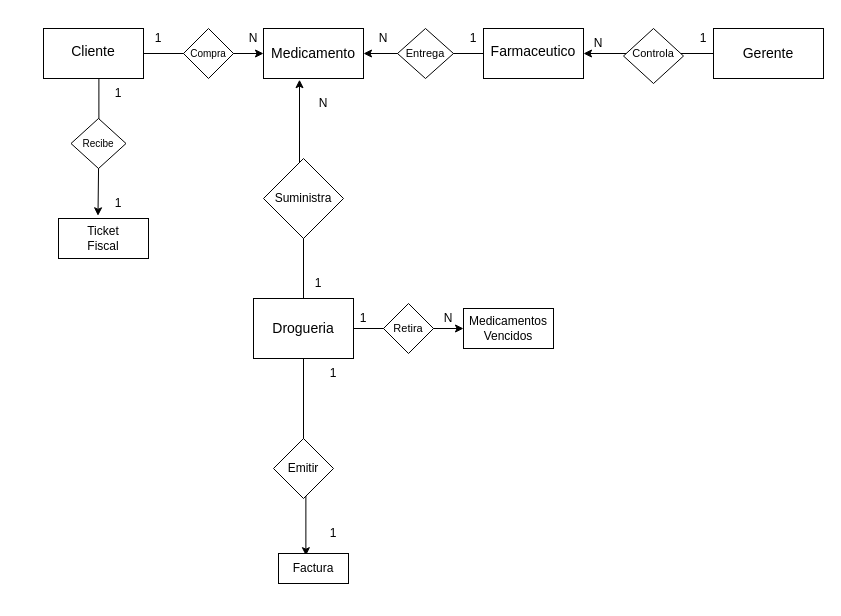
yon026/pruebagit keeps this draw.io diagram as page "DER_Farmacia" (2 of 2) of farmaciaAE.drawio. Above is the earlier version. Source tidied: cells renumbered, new cells numbered last; positions are measured from the earlier drawing's top-left corner, leaving out a move shared by most shapes. Both pictures are drawn from the tidied source at 100%, with x=0, y=0 at pixel (43, 23).
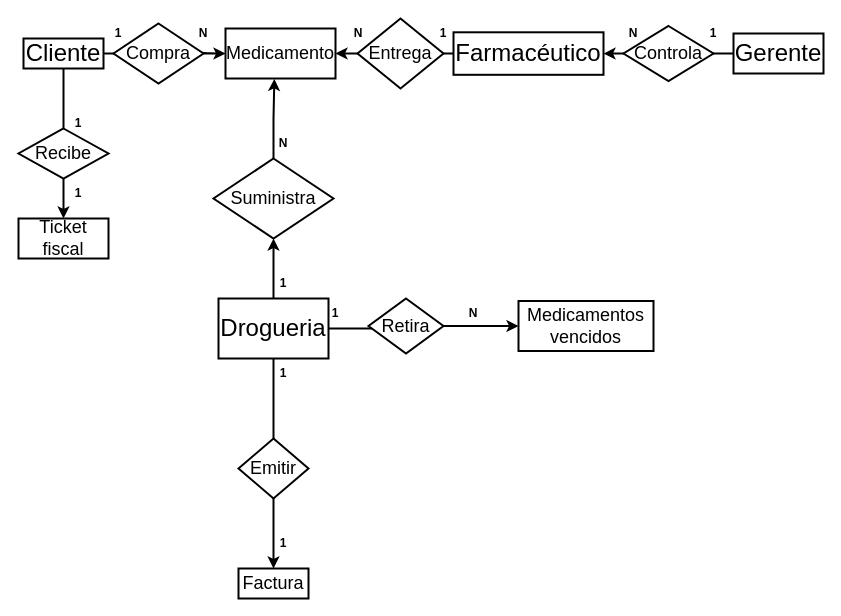
Above is the later version.

The edit, as a diff of the source:
```diff
@@
+    <mxCell id="53" style="edgeStyle=orthogonalEdgeStyle;shape=connector;curved=1;rounded=0;jettySize=auto;html=1;exitX=0.5;exitY=1;exitDx=0;exitDy=0;entryX=0.5;entryY=0;entryDx=0;entryDy=0;strokeColor=default;strokeWidth=2;align=center;verticalAlign=middle;fontFamily=Helvetica;fontSize=11;fontColor=default;labelBackgroundColor=default;endArrow=classic;" parent="1" edge="1" source="18" target="6">
+      <mxGeometry relative="1" as="geometry" />
+    </mxCell>
-    <mxCell id="2" style="edgeStyle=orthogonalEdgeStyle;rounded=0;jettySize=auto;html=1;entryX=0.36;entryY=1.024;entryDx=0;entryDy=0;entryPerimeter=0;" parent="1" edge="1" source="23" target="9">
-      <mxGeometry relative="1" as="geometry">
-        <Array as="points">
-          <mxPoint x="260" y="173" />
-          <mxPoint x="256" y="173" />
-        </Array>
-      </mxGeometry>
+    <mxCell id="2" style="edgeStyle=orthogonalEdgeStyle;rounded=0;jettySize=auto;html=1;strokeWidth=2;entryX=0.444;entryY=1.008;entryDx=0;entryDy=0;entryPerimeter=0;" parent="1" edge="1" source="24" target="9">
+      <mxGeometry relative="1" as="geometry" />
     </mxCell>
-    <mxCell id="3" style="rounded=0;whiteSpace=wrap;html=1;" parent="1" vertex="1">
-      <mxGeometry x="420" y="285" width="90" height="40" as="geometry" />
+    <mxCell id="3" value="Medicamentos vencidos" style="rounded=0;whiteSpace=wrap;html=1;strokeWidth=2;fontSize=18;" parent="1" vertex="1">
+      <mxGeometry x="475" y="277.5" width="135" height="50" as="geometry" />
     </mxCell>
-    <mxCell id="4" style="edgeStyle=orthogonalEdgeStyle;rounded=0;jettySize=auto;html=1;exitX=0.5;exitY=1;exitDx=0;exitDy=0;entryX=0.373;entryY=0.073;entryDx=0;entryDy=0;entryPerimeter=0;" parent="1" edge="1" source="18" target="31">
-      <mxGeometry relative="1" as="geometry" />
-    </mxCell>
-    <mxCell id="5" style="rhombus;whiteSpace=wrap;html=1;" parent="1" vertex="1">
-      <mxGeometry x="230" y="415" width="60" height="60" as="geometry" />
+    <mxCell id="5" value="Emitir" style="rhombus;whiteSpace=wrap;html=1;strokeWidth=2;fontSize=18;" parent="1" vertex="1">
+      <mxGeometry x="195" y="415" width="70" height="60" as="geometry" />
     </mxCell>
-    <mxCell id="6" style="rounded=0;whiteSpace=wrap;html=1;" parent="1" vertex="1">
-      <mxGeometry x="235" y="530" width="70" height="30" as="geometry" />
+    <mxCell id="6" value="Factura" style="rounded=0;whiteSpace=wrap;html=1;strokeWidth=2;fontSize=18;" parent="1" vertex="1">
+      <mxGeometry x="195" y="545" width="70" height="30" as="geometry" />
     </mxCell>
-    <mxCell id="7" style="edgeStyle=orthogonalEdgeStyle;rounded=0;jettySize=auto;html=1;exitX=1;exitY=0.5;exitDx=0;exitDy=0;entryX=0;entryY=0.5;entryDx=0;entryDy=0;" parent="1" edge="1" source="8" target="9">
+    <mxCell id="7" style="edgeStyle=orthogonalEdgeStyle;rounded=0;jettySize=auto;html=1;exitX=1;exitY=0.5;exitDx=0;exitDy=0;entryX=0;entryY=0.5;entryDx=0;entryDy=0;strokeWidth=2;" parent="1" edge="1" source="8" target="9">
       <mxGeometry relative="1" as="geometry" />
     </mxCell>
+    <mxCell id="54" style="edgeStyle=orthogonalEdgeStyle;shape=connector;curved=1;rounded=0;jettySize=auto;html=1;exitX=0.5;exitY=1;exitDx=0;exitDy=0;entryX=0.5;entryY=0;entryDx=0;entryDy=0;strokeColor=default;strokeWidth=2;align=center;verticalAlign=middle;fontFamily=Helvetica;fontSize=11;fontColor=default;labelBackgroundColor=default;endArrow=classic;" parent="1" edge="1" source="8" target="29">
+      <mxGeometry relative="1" as="geometry" />
+    </mxCell>
-    <mxCell id="8" style="rounded=0;whiteSpace=wrap;html=1;" parent="1" vertex="1">
-      <mxGeometry y="5" width="100" height="50" as="geometry" />
+    <mxCell id="8" value="Cliente" style="rounded=0;whiteSpace=wrap;html=1;strokeWidth=2;fontSize=24;" parent="1" vertex="1">
+      <mxGeometry x="-20" y="15" width="80" height="30" as="geometry" />
     </mxCell>
+    <mxCell id="55" style="edgeStyle=orthogonalEdgeStyle;shape=connector;curved=1;rounded=0;jettySize=auto;html=1;strokeColor=default;align=center;verticalAlign=middle;fontFamily=Helvetica;fontSize=11;fontColor=default;labelBackgroundColor=default;endArrow=classic;" parent="1" edge="1" source="9" target="33">
+      <mxGeometry relative="1" as="geometry" />
+    </mxCell>
-    <mxCell id="9" style="rounded=0;whiteSpace=wrap;html=1;" parent="1" vertex="1">
-      <mxGeometry x="220" y="5" width="100" height="50" as="geometry" />
+    <mxCell id="9" value="Medicamento" style="rounded=0;whiteSpace=wrap;html=1;strokeWidth=2;fontSize=18;" parent="1" vertex="1">
+      <mxGeometry x="182" y="5" width="110" height="50" as="geometry" />
     </mxCell>
-    <mxCell id="10" style="edgeStyle=orthogonalEdgeStyle;rounded=0;jettySize=auto;html=1;exitX=0;exitY=0.5;exitDx=0;exitDy=0;entryX=1;entryY=0.5;entryDx=0;entryDy=0;" parent="1" edge="1" source="11" target="9">
+    <mxCell id="10" style="edgeStyle=orthogonalEdgeStyle;rounded=0;jettySize=auto;html=1;exitX=0;exitY=0.5;exitDx=0;exitDy=0;entryX=1;entryY=0.5;entryDx=0;entryDy=0;strokeWidth=2;" parent="1" edge="1" source="11" target="9">
       <mxGeometry relative="1" as="geometry" />
     </mxCell>
-    <mxCell id="11" style="rounded=0;whiteSpace=wrap;html=1;" parent="1" vertex="1">
-      <mxGeometry x="440" y="5" width="100" height="50" as="geometry" />
+    <mxCell id="11" value="&lt;font style=&quot;font-size: 24px;&quot;&gt;Farmacéutico&lt;/font&gt;" style="rounded=0;whiteSpace=wrap;html=1;strokeWidth=2;" parent="1" vertex="1">
+      <mxGeometry x="410" y="8.8" width="150" height="42.5" as="geometry" />
     </mxCell>
-    <mxCell id="12" style="edgeStyle=orthogonalEdgeStyle;rounded=0;jettySize=auto;html=1;exitX=0;exitY=0.5;exitDx=0;exitDy=0;entryX=1;entryY=0.5;entryDx=0;entryDy=0;" parent="1" edge="1" source="13" target="11">
+    <mxCell id="12" style="edgeStyle=orthogonalEdgeStyle;rounded=0;jettySize=auto;html=1;exitX=0;exitY=0.5;exitDx=0;exitDy=0;entryX=1;entryY=0.5;entryDx=0;entryDy=0;strokeWidth=2;" parent="1" edge="1" source="13" target="11">
       <mxGeometry relative="1" as="geometry" />
     </mxCell>
-    <mxCell id="13" style="rounded=0;whiteSpace=wrap;html=1;" parent="1" vertex="1">
-      <mxGeometry x="670" y="5" width="110" height="50" as="geometry" />
+    <mxCell id="13" value="&lt;font style=&quot;font-size: 24px;&quot;&gt;Gerente&lt;/font&gt;" style="rounded=0;whiteSpace=wrap;html=1;strokeWidth=2;" parent="1" vertex="1">
+      <mxGeometry x="690" y="10" width="90" height="40" as="geometry" />
     </mxCell>
-    <mxCell id="14" style="rhombus;whiteSpace=wrap;html=1;" parent="1" vertex="1">
-      <mxGeometry x="140" y="5" width="50" height="50" as="geometry" />
+    <mxCell id="14" value="Compra" style="rhombus;whiteSpace=wrap;html=1;strokeWidth=2;fontSize=18;" parent="1" vertex="1">
+      <mxGeometry x="70" width="90" height="60" as="geometry" />
     </mxCell>
-    <mxCell id="15" style="rhombus;whiteSpace=wrap;html=1;" parent="1" vertex="1">
-      <mxGeometry x="354" y="5" width="56" height="50" as="geometry" />
+    <mxCell id="15" value="Entrega" style="rhombus;whiteSpace=wrap;html=1;strokeWidth=2;fontSize=18;" parent="1" vertex="1">
+      <mxGeometry x="314" y="-5" width="86" height="70" as="geometry" />
     </mxCell>
-    <mxCell id="16" style="rhombus;whiteSpace=wrap;html=1;" parent="1" vertex="1">
-      <mxGeometry x="580" y="5" width="60" height="55" as="geometry" />
+    <mxCell id="16" value="&lt;font style=&quot;font-size: 18px;&quot;&gt;Controla&lt;/font&gt;" style="rhombus;whiteSpace=wrap;html=1;strokeWidth=2;" parent="1" vertex="1">
+      <mxGeometry x="580" y="2.5" width="90" height="55" as="geometry" />
     </mxCell>
-    <mxCell id="17" style="edgeStyle=orthogonalEdgeStyle;rounded=0;jettySize=auto;html=1;exitX=1;exitY=0.5;exitDx=0;exitDy=0;entryX=0;entryY=0.5;entryDx=0;entryDy=0;" parent="1" edge="1" source="18" target="3">
+    <mxCell id="17" style="edgeStyle=orthogonalEdgeStyle;rounded=0;jettySize=auto;html=1;exitX=1;exitY=0.5;exitDx=0;exitDy=0;entryX=0;entryY=0.5;entryDx=0;entryDy=0;strokeWidth=2;" parent="1" edge="1" source="18" target="3">
       <mxGeometry relative="1" as="geometry" />
     </mxCell>
+    <mxCell id="56" style="edgeStyle=orthogonalEdgeStyle;shape=connector;rounded=0;jettySize=auto;html=1;exitX=0.5;exitY=0;exitDx=0;exitDy=0;entryX=0.5;entryY=1;entryDx=0;entryDy=0;strokeColor=default;strokeWidth=2;align=center;verticalAlign=middle;fontFamily=Helvetica;fontSize=11;fontColor=default;labelBackgroundColor=default;endArrow=classic;" parent="1" edge="1" source="18" target="24">
+      <mxGeometry relative="1" as="geometry" />
+    </mxCell>
-    <mxCell id="18" style="rounded=0;whiteSpace=wrap;html=1;" parent="1" vertex="1">
-      <mxGeometry x="210" y="275" width="100" height="60" as="geometry" />
+    <mxCell id="18" value="Drogueria" style="rounded=0;whiteSpace=wrap;html=1;strokeWidth=2;fontSize=24;" parent="1" vertex="1">
+      <mxGeometry x="175" y="275" width="110" height="60" as="geometry" />
     </mxCell>
-    <mxCell id="19" value="Cliente" style="text;html=1;align=center;verticalAlign=middle;whiteSpace=wrap;rounded=0;fontSize=14;" parent="1" vertex="1">
-      <mxGeometry x="15" y="10" width="70" height="35" as="geometry" />
-    </mxCell>
-    <mxCell id="20" value="Medicamento" style="text;html=1;align=center;verticalAlign=middle;whiteSpace=wrap;rounded=0;fontSize=14;" parent="1" vertex="1">
-      <mxGeometry x="240" y="15" width="60" height="30" as="geometry" />
-    </mxCell>
-    <mxCell id="21" value="Farmaceutico" style="text;html=1;align=center;verticalAlign=middle;whiteSpace=wrap;rounded=0;fontSize=14;" parent="1" vertex="1">
-      <mxGeometry x="460" y="12.5" width="60" height="30" as="geometry" />
-    </mxCell>
-    <mxCell id="22" value="Gerente" style="text;html=1;align=center;verticalAlign=middle;whiteSpace=wrap;rounded=0;fontSize=14;" parent="1" vertex="1">
-      <mxGeometry x="695" y="15" width="60" height="30" as="geometry" />
-    </mxCell>
-    <mxCell id="23" value="Drogueria" style="text;html=1;align=center;verticalAlign=middle;whiteSpace=wrap;rounded=0;fontSize=14;" parent="1" vertex="1">
-      <mxGeometry x="230" y="290" width="60" height="30" as="geometry" />
-    </mxCell>
-    <mxCell id="24" style="rhombus;whiteSpace=wrap;html=1;" parent="1" vertex="1">
-      <mxGeometry x="220" y="135" width="80" height="80" as="geometry" />
-    </mxCell>
-    <mxCell id="25" value="Compra" style="text;html=1;align=center;verticalAlign=middle;whiteSpace=wrap;rounded=0;fontSize=10;" parent="1" vertex="1">
-      <mxGeometry x="135" y="15" width="60" height="30" as="geometry" />
-    </mxCell>
-    <mxCell id="26" value="Entrega" style="text;html=1;align=center;verticalAlign=middle;whiteSpace=wrap;rounded=0;fontSize=11;" parent="1" vertex="1">
-      <mxGeometry x="352" y="15" width="60" height="30" as="geometry" />
-    </mxCell>
-    <mxCell id="27" value="Controla" style="text;html=1;align=center;verticalAlign=middle;whiteSpace=wrap;rounded=0;fontSize=11;" parent="1" vertex="1">
-      <mxGeometry x="580" y="15" width="60" height="30" as="geometry" />
-    </mxCell>
-    <mxCell id="28" value="Suministra" style="text;html=1;align=center;verticalAlign=middle;whiteSpace=wrap;rounded=0;fontSize=12;" parent="1" vertex="1">
-      <mxGeometry x="230" y="160" width="60" height="30" as="geometry" />
-    </mxCell>
-    <mxCell id="29" style="rounded=0;whiteSpace=wrap;html=1;" parent="1" vertex="1">
-      <mxGeometry x="15" y="195" width="90" height="40" as="geometry" />
+    <mxCell id="29" value="Ticket fiscal" style="rounded=0;whiteSpace=wrap;html=1;strokeWidth=2;fontSize=18;" parent="1" vertex="1">
+      <mxGeometry x="-25" y="195" width="90" height="40" as="geometry" />
     </mxCell>
-    <mxCell id="30" value="Ticket&lt;div&gt;Fiscal&lt;/div&gt;" style="text;html=1;align=center;verticalAlign=middle;whiteSpace=wrap;rounded=0;" parent="1" vertex="1">
-      <mxGeometry x="30" y="200" width="60" height="30" as="geometry" />
-    </mxCell>
-    <mxCell id="31" value="Factura" style="text;html=1;align=center;verticalAlign=middle;whiteSpace=wrap;rounded=0;" parent="1" vertex="1">
-      <mxGeometry x="240" y="530" width="60" height="30" as="geometry" />
-    </mxCell>
-    <mxCell id="32" style="edgeStyle=orthogonalEdgeStyle;rounded=0;orthogonalLoop=1;jettySize=auto;html=1;exitX=0.5;exitY=1;exitDx=0;exitDy=0;entryX=0.434;entryY=-0.068;entryDx=0;entryDy=0;entryPerimeter=0;" parent="1" edge="1">
-      <mxGeometry relative="1" as="geometry">
-        <mxPoint x="55.4" y="55" as="sourcePoint" />
-        <mxPoint x="54.5" y="192.3" as="targetPoint" />
-        <Array as="points">
-          <mxPoint x="55.4" y="115" />
-          <mxPoint x="54.4" y="115" />
-        </Array>
-      </mxGeometry>
-    </mxCell>
-    <mxCell id="33" value="1" style="text;html=1;align=center;verticalAlign=middle;whiteSpace=wrap;rounded=0;" parent="1" vertex="1">
-      <mxGeometry x="90" y="5" width="50" height="20" as="geometry" />
+    <mxCell id="33" value="1" style="text;html=1;align=center;verticalAlign=middle;whiteSpace=wrap;rounded=0;strokeWidth=2;fontStyle=1;" parent="1" vertex="1">
+      <mxGeometry x="50" width="50" height="20" as="geometry" />
     </mxCell>
-    <mxCell id="34" value="N" style="text;html=1;align=center;verticalAlign=middle;whiteSpace=wrap;rounded=0;" parent="1" vertex="1">
-      <mxGeometry x="180" width="60" height="30" as="geometry" />
+    <mxCell id="34" value="N" style="text;html=1;align=center;verticalAlign=middle;whiteSpace=wrap;rounded=0;strokeWidth=2;fontStyle=1;" parent="1" vertex="1">
+      <mxGeometry x="130" y="-5" width="60" height="30" as="geometry" />
     </mxCell>
-    <mxCell id="35" value="N" style="text;html=1;align=center;verticalAlign=middle;whiteSpace=wrap;rounded=0;" parent="1" vertex="1">
-      <mxGeometry x="250" y="65" width="60" height="30" as="geometry" />
+    <mxCell id="35" value="N" style="text;html=1;align=center;verticalAlign=middle;whiteSpace=wrap;rounded=0;strokeWidth=2;fontStyle=1;" parent="1" vertex="1">
+      <mxGeometry x="210" y="105" width="60" height="30" as="geometry" />
     </mxCell>
-    <mxCell id="36" value="1" style="text;html=1;align=center;verticalAlign=middle;whiteSpace=wrap;rounded=0;" parent="1" vertex="1">
-      <mxGeometry x="630" width="60" height="30" as="geometry" />
+    <mxCell id="36" value="1" style="text;html=1;align=center;verticalAlign=middle;whiteSpace=wrap;rounded=0;strokeWidth=2;fontStyle=1;" parent="1" vertex="1">
+      <mxGeometry x="640" y="-5" width="60" height="30" as="geometry" />
     </mxCell>
-    <mxCell id="37" value="N" style="text;html=1;align=center;verticalAlign=middle;whiteSpace=wrap;rounded=0;" parent="1" vertex="1">
-      <mxGeometry x="525" y="5" width="60" height="30" as="geometry" />
+    <mxCell id="37" value="N" style="text;html=1;align=center;verticalAlign=middle;whiteSpace=wrap;rounded=0;strokeWidth=2;fontStyle=1;" parent="1" vertex="1">
+      <mxGeometry x="560" y="-5" width="60" height="30" as="geometry" />
     </mxCell>
-    <mxCell id="38" value="1" style="text;html=1;align=center;verticalAlign=middle;whiteSpace=wrap;rounded=0;" parent="1" vertex="1">
-      <mxGeometry x="400" width="60" height="30" as="geometry" />
+    <mxCell id="38" value="1" style="text;html=1;align=center;verticalAlign=middle;whiteSpace=wrap;rounded=0;strokeWidth=2;fontStyle=1;" parent="1" vertex="1">
+      <mxGeometry x="370" y="-5" width="60" height="30" as="geometry" />
     </mxCell>
-    <mxCell id="39" value="N" style="text;html=1;align=center;verticalAlign=middle;whiteSpace=wrap;rounded=0;" parent="1" vertex="1">
-      <mxGeometry x="310" width="60" height="30" as="geometry" />
+    <mxCell id="39" value="N" style="text;html=1;align=center;verticalAlign=middle;whiteSpace=wrap;rounded=0;strokeWidth=2;fontStyle=1;" parent="1" vertex="1">
+      <mxGeometry x="285" y="-5" width="60" height="30" as="geometry" />
     </mxCell>
-    <mxCell id="40" style="rhombus;whiteSpace=wrap;html=1;" parent="1" vertex="1">
-      <mxGeometry x="27.5" y="95" width="55" height="50" as="geometry" />
+    <mxCell id="40" value="&lt;font style=&quot;font-size: 18px;&quot;&gt;Recibe&lt;/font&gt;" style="rhombus;whiteSpace=wrap;html=1;strokeWidth=2;" parent="1" vertex="1">
+      <mxGeometry x="-25" y="105" width="90" height="50" as="geometry" />
     </mxCell>
-    <mxCell id="41" value="Recibe" style="text;html=1;align=center;verticalAlign=middle;whiteSpace=wrap;rounded=0;fontSize=10;" parent="1" vertex="1">
-      <mxGeometry x="25" y="105" width="60" height="30" as="geometry" />
-    </mxCell>
-    <mxCell id="42" value="Emitir" style="text;html=1;align=center;verticalAlign=middle;whiteSpace=wrap;rounded=0;" parent="1" vertex="1">
-      <mxGeometry x="230" y="430" width="60" height="30" as="geometry" />
-    </mxCell>
-    <mxCell id="43" value="1" style="text;html=1;align=center;verticalAlign=middle;whiteSpace=wrap;rounded=0;" parent="1" vertex="1">
-      <mxGeometry x="45" y="55" width="60" height="30" as="geometry" />
+    <mxCell id="43" value="1" style="text;html=1;align=center;verticalAlign=middle;whiteSpace=wrap;rounded=0;strokeWidth=2;fontStyle=1;" parent="1" vertex="1">
+      <mxGeometry x="5" y="85" width="60" height="30" as="geometry" />
     </mxCell>
-    <mxCell id="44" value="1" style="text;html=1;align=center;verticalAlign=middle;whiteSpace=wrap;rounded=0;" parent="1" vertex="1">
-      <mxGeometry x="45" y="165" width="60" height="30" as="geometry" />
+    <mxCell id="44" value="1" style="text;html=1;align=center;verticalAlign=middle;whiteSpace=wrap;rounded=0;strokeWidth=2;fontStyle=1;" parent="1" vertex="1">
+      <mxGeometry x="5" y="155" width="60" height="30" as="geometry" />
     </mxCell>
-    <mxCell id="45" value="1" style="text;html=1;align=center;verticalAlign=middle;whiteSpace=wrap;rounded=0;" parent="1" vertex="1">
-      <mxGeometry x="260" y="335" width="60" height="30" as="geometry" />
+    <mxCell id="45" value="1" style="text;html=1;align=center;verticalAlign=middle;whiteSpace=wrap;rounded=0;strokeWidth=2;fontStyle=1;" parent="1" vertex="1">
+      <mxGeometry x="210" y="335" width="60" height="30" as="geometry" />
     </mxCell>
-    <mxCell id="46" value="1" style="text;html=1;align=center;verticalAlign=middle;whiteSpace=wrap;rounded=0;" parent="1" vertex="1">
-      <mxGeometry x="260" y="495" width="60" height="30" as="geometry" />
+    <mxCell id="46" value="1" style="text;html=1;align=center;verticalAlign=middle;whiteSpace=wrap;rounded=0;strokeWidth=2;fontStyle=1;" parent="1" vertex="1">
+      <mxGeometry x="210" y="505" width="60" height="30" as="geometry" />
     </mxCell>
-    <mxCell id="47" value="Medicamentos&lt;div&gt;Vencidos&lt;/div&gt;" style="text;html=1;align=center;verticalAlign=middle;whiteSpace=wrap;rounded=0;" parent="1" vertex="1">
-      <mxGeometry x="435" y="290" width="60" height="30" as="geometry" />
-    </mxCell>
-    <mxCell id="48" style="rhombus;whiteSpace=wrap;html=1;" parent="1" vertex="1">
-      <mxGeometry x="340" y="280" width="50" height="50" as="geometry" />
+    <mxCell id="48" value="Retira" style="rhombus;whiteSpace=wrap;html=1;strokeWidth=2;fontSize=18;" parent="1" vertex="1">
+      <mxGeometry x="325" y="275" width="75" height="55" as="geometry" />
     </mxCell>
-    <mxCell id="49" value="Retira" style="text;html=1;align=center;verticalAlign=middle;whiteSpace=wrap;rounded=0;fontSize=11;" parent="1" vertex="1">
-      <mxGeometry x="335" y="290" width="60" height="30" as="geometry" />
-    </mxCell>
-    <mxCell id="50" value="1" style="text;html=1;align=center;verticalAlign=middle;whiteSpace=wrap;rounded=0;" parent="1" vertex="1">
-      <mxGeometry x="290" y="280" width="60" height="30" as="geometry" />
+    <mxCell id="50" value="1" style="text;html=1;align=center;verticalAlign=middle;whiteSpace=wrap;rounded=0;strokeWidth=2;fontStyle=1;" parent="1" vertex="1">
+      <mxGeometry x="262" y="275" width="60" height="30" as="geometry" />
     </mxCell>
-    <mxCell id="51" value="N" style="text;html=1;align=center;verticalAlign=middle;whiteSpace=wrap;rounded=0;" parent="1" vertex="1">
-      <mxGeometry x="375" y="280" width="60" height="30" as="geometry" />
+    <mxCell id="51" value="N" style="text;html=1;align=center;verticalAlign=middle;whiteSpace=wrap;rounded=0;strokeWidth=2;fontStyle=1;" parent="1" vertex="1">
+      <mxGeometry x="400" y="275" width="60" height="30" as="geometry" />
     </mxCell>
-    <mxCell id="52" value="1" style="text;html=1;align=center;verticalAlign=middle;whiteSpace=wrap;rounded=0;" parent="1" vertex="1">
-      <mxGeometry x="245" y="245" width="60" height="30" as="geometry" />
+    <mxCell id="52" value="1" style="text;html=1;align=center;verticalAlign=middle;whiteSpace=wrap;rounded=0;strokeWidth=2;fontStyle=1;" parent="1" vertex="1">
+      <mxGeometry x="210" y="245" width="60" height="30" as="geometry" />
     </mxCell>
+    <mxCell id="24" value="Suministra" style="rhombus;whiteSpace=wrap;html=1;strokeWidth=2;fontSize=18;" parent="1" vertex="1">
+      <mxGeometry x="170" y="135" width="120" height="80" as="geometry" />
+    </mxCell>
```
